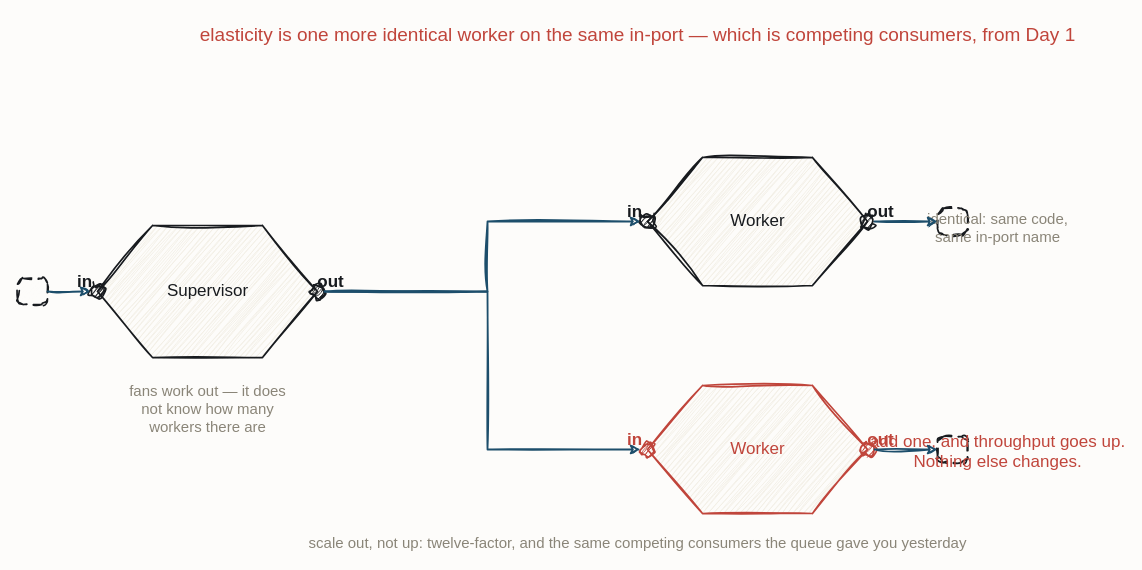
Before: resources/flow-scale-out.drawio in iancooper/practical-messaging, a draw.io diagram. Source tidied: cells renumbered, new cells numbered last; positions are measured from the earlier drawing's top-left corner, leaving out a move shared by most shapes. Both pictures are drawn from the tidied source at 100%, with x=0, y=0 at pixel (17, 17).
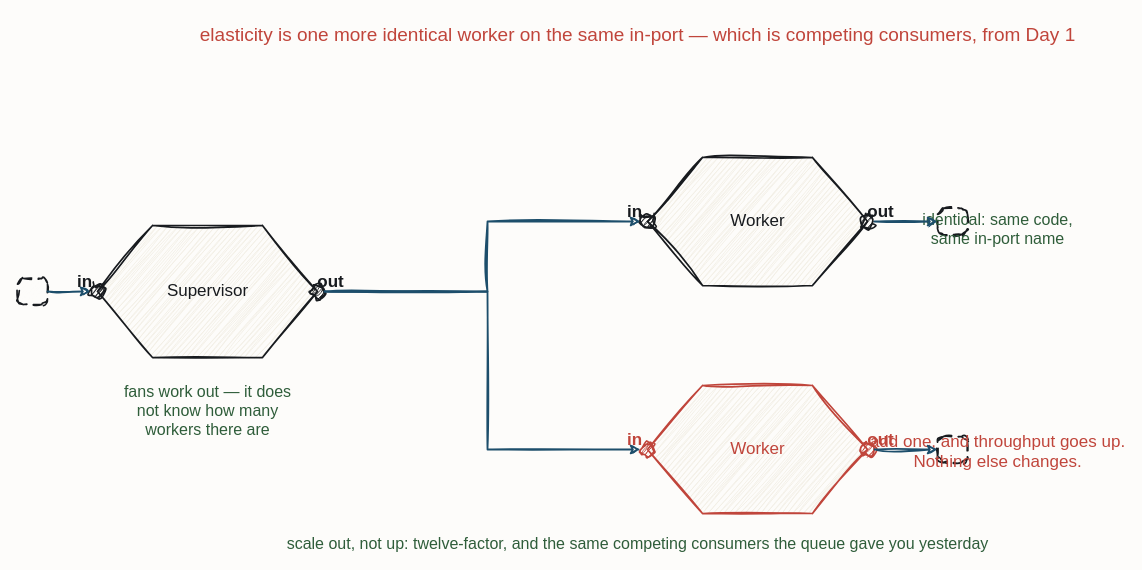
The same diagram, later.

The edit, as a diff of the source:
```diff
@@
-    <mxCell id="21" value="identical: same code,&#10;same in-port name" style="text;html=1;align=center;fontFamily=Caveat;fontSize=15;fontColor=#8A8578;" parent="1" vertex="1">
+    <mxCell id="21" value="identical: same code,&#10;same in-port name" style="text;html=1;align=center;fontFamily=Caveat;fontSize=16;fontColor=#2F5D3A;" parent="1" vertex="1">
       <mxGeometry x="920" y="186" width="120" height="20" as="geometry" />
     </mxCell>
@@
-    <mxCell id="23" value="fans work out — it does&#10;not know how many&#10;workers there are" style="text;html=1;align=center;fontFamily=Caveat;fontSize=15;fontColor=#8A8578;" parent="1" vertex="1">
+    <mxCell id="23" value="fans work out — it does&#10;not know how many&#10;workers there are" style="text;html=1;align=center;fontFamily=Caveat;fontSize=16;fontColor=#2F5D3A;" parent="1" vertex="1">
       <mxGeometry x="130" y="358" width="120" height="20" as="geometry" />
     </mxCell>
-    <mxCell id="24" value="scale out, not up: twelve-factor, and the same competing consumers the queue gave you yesterday" style="text;html=1;align=center;fontFamily=Caveat;fontSize=15;fontColor=#8A8578;" parent="1" vertex="1">
+    <mxCell id="24" value="scale out, not up: twelve-factor, and the same competing consumers the queue gave you yesterday" style="text;html=1;align=center;fontFamily=Caveat;fontSize=16;fontColor=#2F5D3A;" parent="1" vertex="1">
       <mxGeometry x="560" y="510" width="120" height="20" as="geometry" />
     </mxCell>
```
